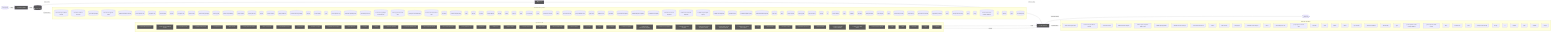
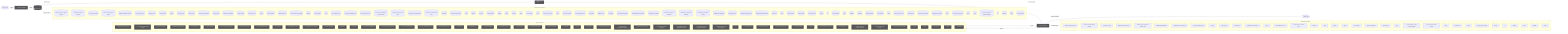
flowchart LR
  UserQ(["👤 User Query"])
  Embed["📐 Embedding Model"]
  VecDB[("📚 Vector Store")]
  Retriever["🔍 Retriever"]
  LLMNode["🧠 LLM / Generator"]
  Output(["✅ Response"])
  UserQ -->|query| Embed
  Embed -->|vector| VecDB
  VecDB -->|top-k chunks| Retriever
  Retriever -->|context + query| LLMNode
  LLMNode -->|generated answer| Output
  subgraph DetectedMemory["Detected memory stores"]
    det_detectedmemory_check_steering_feedback_contract_80134459[("check-steering-feedback-contract")]
    det_detectedmemory_normalize_workflow_contracts_8701f1c8[("normalize-workflow-contracts")]
    det_detectedmemory_sync_codex_preflight_7e7a8dc2[("sync-codex-preflight")]
    det_detectedmemory_test_harness_upgrade_matrix_84113c4e[("test-harness-upgrade-matrix")]
    det_detectedmemory_validate_workflow_contracts_33dc063c[("validate-workflow-contracts")]
    det_detectedmemory_branch_protect_core_a8feb0fd[("branch-protect-core")]
    det_detectedmemory_ci_migrate_core_7005b5af[("ci-migrate-core")]
    det_detectedmemory_context_health_80bb7da9[("context-health")]
    det_detectedmemory_context_ea7792a2[("context")]
    det_detectedmemory_docs_gate_core_eb9b6c18[("docs-gate-core")]
    det_detectedmemory_index_context_de3ed39d[("index-context")]
    det_detectedmemory_local_memory_preflight_dcc36c42[("local-memory-preflight")]
    det_detectedmemory_memory_gate_a577a506[("memory-gate")]
    det_detectedmemory_pattern_scope_siblings_43abe000[("pattern-scope-siblings")]
    det_detectedmemory_review_context_ca6cf81d[("review-context")]
    det_detectedmemory_review_gate_core_4c8001f9[("review-gate-core")]
    det_detectedmemory_search_24193290[("search")]
    det_detectedmemory_session_context_e5ec72c0[("session-context")]
    det_detectedmemory_tooling_audit_core_328d6a41[("tooling-audit-core")]
    det_detectedmemory_run_local_memory_preflight_36e92808[("run-local-memory-preflight")]
    det_detectedmemory_checker_d2d2328e[("checker")]
    det_detectedmemory_context_health_1_ceb11829[("context-health")]
    det_detectedmemory_types_1_4ecdf56e[("types")]
    det_detectedmemory_branch_protect_sync_570adb18[("branch-protect-sync")]
    det_detectedmemory_command_capability_rules_ca3f496a[("command-capability-rules")]
    det_detectedmemory_command_specs_core_1c0ffc99[("command-specs-core")]
    det_detectedmemory_local_memory_preflight_command_spec_9e23f3ce[("local-memory-preflight-command-spec")]
    det_detectedmemory_memory_gate_command_spec_dc9001a9[("memory-gate-command-spec")]
    det_detectedmemory_review_gate_command_spec_3187376a[("review-gate-command-spec")]
    det_detectedmemory_session_context_command_spec_973afbb1[("session-context-command-spec")]
    det_detectedmemory_constants_7517017f[("constants")]
    det_detectedmemory_context_compact_policy_3dcaf95d[("context-compact-policy")]
    det_detectedmemory_index_1bc04b52[("index")]
    det_detectedmemory_indexer_70fa78e5[("indexer")]
    det_detectedmemory_init_error_5c7dd49f[("init-error")]
    det_detectedmemory_lexical_fallback_723e2b3e[("lexical-fallback")]
    det_detectedmemory_ollama_76e3c7bf[("ollama")]
    det_detectedmemory_rollout_a4fa034c[("rollout")]
    det_detectedmemory_sources_878a52fc[("sources")]
    det_detectedmemory_store_824d80d7[("store")]
    det_detectedmemory_sync_contract_c79fa191[("sync-contract")]
    det_detectedmemory_types_5_f869ec4b[("types")]
    det_detectedmemory_harness_run_context_ac7c77a9[("harness-run-context")]
    det_detectedmemory_index_1_faebc14e[("index")]
    det_detectedmemory_json_schema_core_96d7e328[("json-schema-core")]
    det_detectedmemory_policy_validators_core_714a3fe7[("policy-validators-core")]
    det_detectedmemory_types_core_e405ddca[("types-core")]
    det_detectedmemory_validator_core_4358f8ba[("validator-core")]
    det_detectedmemory_init_modes_c05ceb07[("init-modes")]
    det_detectedmemory_project_brain_templates_7ef51530[("project-brain-templates")]
    det_detectedmemory_scaffold_diagram_templates_dd88e83c[("scaffold-diagram-templates")]
    det_detectedmemory_scaffold_doc_templates_f6152330[("scaffold-doc-templates")]
    det_detectedmemory_scaffold_environment_templates_c1ceba6a[("scaffold-environment-templates")]
    det_detectedmemory_scaffold_root_command_templates_404fed7f[("scaffold-root-command-templates")]
    det_detectedmemory_scaffold_script_template_registry_69312d4e[("scaffold-script-template-registry")]
    det_detectedmemory_scaffold_shell_templates_0ad0f915[("scaffold-shell-templates")]
    det_detectedmemory_scaffold_surfaces_12d6494e[("scaffold-surfaces")]
    det_detectedmemory_scaffold_template_registry_b1cce2aa[("scaffold-template-registry")]
    det_detectedmemory_scaffold_workflow_template_92310587[("scaffold-workflow-template")]
    det_detectedmemory_eval_seed_5699fd3e[("eval-seed")]
    det_detectedmemory_index_6_fc9e91e2[("index")]
    det_detectedmemory_review_context_1_e3afed15[("review-context")]
    det_detectedmemory_memory_gate_1_265164ac[("memory-gate")]
    det_detectedmemory_branch_enforcer_acb749cd[("branch-enforcer")]
    det_detectedmemory_cli_args_5_09ea29f0[("cli-args")]
    det_detectedmemory_cli_6_eac72be2[("cli")]
    det_detectedmemory_metrics_tracker_98cec29c[("metrics-tracker")]
    det_detectedmemory_types_15_86775c96[("types")]
    det_detectedmemory_validator_4_5180cf23[("validator")]
    det_detectedmemory_classifier_fe1991a9[("classifier")]
    det_detectedmemory_tooling_baseline_50ab2eeb[("tooling-baseline")]
    det_detectedmemory_claim_helpers_20dc8387[("claim-helpers")]
    det_detectedmemory_types_20_071a0112[("types")]
    det_detectedmemory_local_memory_smoke_1175abfc[("local-memory-smoke")]
    det_detectedmemory_local_memory_0db17ecc[("local-memory")]
    det_detectedmemory_performance_overload_c685bfcf[("performance-overload")]
    det_detectedmemory_suggestion_generator_0956f794[("suggestion-generator")]
    det_detectedmemory_index_8_6f0f20ec[("index")]
    det_detectedmemory_prompt_context_receipt_17b862b2[("prompt-context-receipt")]
    det_detectedmemory_types_27_4d134744[("types")]
    det_detectedmemory_policy_1_fc4198db[("policy")]
    det_detectedmemory_runtime_card_codex_runtime_validation_d8ce9934[("runtime-card-codex-runtime-validation")]
    det_detectedmemory_cli_11_338a8415[("cli")]
    det_detectedmemory_collector_0736fd5b[("collector")]
    det_detectedmemory_types_30_424b976c[("types")]
    det_detectedmemory_overload_guard_2748c559[("overload-guard")]
  end
  VecDB -. "implemented by" .-> DetectedMemory
  subgraph DetectedLLM["Detected LLM clients"]
    det_detectedllm_check_codex_agent_roles_5bb2e89b["check-codex-agent-roles"]
    det_detectedllm_check_steering_feedback_contract_80134459["check-steering-feedback-contract"]
    det_detectedllm_run_harness_evals_77704768["run-harness-evals"]
    det_detectedllm_validate_decision_request_2e5c325e["validate-decision-request"]
    det_detectedllm_validate_goal_completion_audit_receipt_100d252c["validate-goal-completion-audit-receipt"]
    det_detectedllm_validate_packaged_skill_5e32c890["validate-packaged-skill"]
    det_detectedllm_validate_reviewer_coverage_251efee3["validate-reviewer-coverage"]
    det_detectedllm_check_environment_core_2c16213f["check-environment-core"]
    det_detectedllm_context_ea7792a2["context"]
    det_detectedllm_index_context_de3ed39d["index-context"]
    det_detectedllm_prompt_gate_c5e9d207["prompt-gate"]
    det_detectedllm_remediate_runner_helpers_929fedcc["remediate-runner-helpers"]
    det_detectedllm_search_24193290["search"]
    det_detectedllm_command_specs_core_1c0ffc99["command-specs-core"]
    det_detectedllm_prompt_gate_command_spec_9a941482["prompt-gate-command-spec"]
    det_detectedllm_constants_7517017f["constants"]
    det_detectedllm_index_1bc04b52["index"]
    det_detectedllm_indexer_70fa78e5["indexer"]
    det_detectedllm_ollama_76e3c7bf["ollama"]
    det_detectedllm_sync_contract_c79fa191["sync-contract"]
    det_detectedllm_north_star_validators_cfc926ce["north-star-validators"]
    det_detectedllm_hilt_boundary_9b36fb15["hilt-boundary"]
    det_detectedllm_types_7_2f1ed65e["types"]
    det_detectedllm_goal_completion_audit_receipt_validation_9d0f4891["goal-completion-audit-receipt-validation"]
    det_detectedllm_goal_completion_audit_receipt_5e4939c3["goal-completion-audit-receipt"]
    det_detectedllm_index_2_10143590["index"]
    det_detectedllm_sensitive_text_7c11f760["sensitive-text"]
    det_detectedllm_index_8_6f0f20ec["index"]
    det_detectedllm_prompt_context_receipt_17b862b2["prompt-context-receipt"]
    det_detectedllm_cli_args_9_9c136878["cli-args"]
    det_detectedllm_cli_10_35dc8cbd["cli"]
    det_detectedllm_sections_4697ef32["sections"]
    det_detectedllm_types_23_4352ee2e["types"]
    det_detectedllm_validator_6_3688adbf["validator"]
    det_detectedllm_cli_args_10_861cdd3f["cli-args"]
  end
  LLMNode -. "implemented by" .-> DetectedLLM
  subgraph DetectedTools["Agentic tool calls"]
    det_detectedtools_check_codex_agent_roles_5bb2e89b["🔧 check-codex-agent-roles"]
    det_detectedtools_check_steering_feedback_contract_80134459["🔧 check-steering-feedback-contract"]
    det_detectedtools_run_harness_evals_77704768["🔧 run-harness-evals"]
    det_detectedtools_validate_packaged_skill_5e32c890["🔧 validate-packaged-skill"]
    det_detectedtools_ci_migrate_core_7005b5af["🔧 ci-migrate-core"]
    det_detectedtools_doctor_checks_5a2eb2b9["🔧 doctor-checks"]
    det_detectedtools_doctor_github_tool_checks_a53b0382["🔧 doctor-github-tool-checks"]
    det_detectedtools_doctor_tool_checks_4acac51a["🔧 doctor-tool-checks"]
    det_detectedtools_next_blocked_decisions_4140ad2b["🔧 next-blocked-decisions"]
    det_detectedtools_policy_gate_213f7313["🔧 policy-gate"]
    det_detectedtools_remediate_cli_output_cc165396["🔧 remediate-cli-output"]
    det_detectedtools_remediate_runner_helpers_929fedcc["🔧 remediate-runner-helpers"]
    det_detectedtools_review_gate_core_4c8001f9["🔧 review-gate-core"]
    det_detectedtools_checker_d2d2328e["🔧 checker"]
    det_detectedtools_cli_args_1_6144b055["🔧 cli-args"]
    det_detectedtools_command_capabilities_a4d5c71e["🔧 command-capabilities"]
    det_detectedtools_command_capability_rules_ca3f496a["🔧 command-capability-rules"]
    det_detectedtools_linear_command_actions_e430f4f4["🔧 linear-command-actions"]
    det_detectedtools_linear_command_runner_4a740dfc["🔧 linear-command-runner"]
    det_detectedtools_policy_validators_core_714a3fe7["🔧 policy-validators-core"]
    det_detectedtools_types_core_e405ddca["🔧 types-core"]
    det_detectedtools_validator_core_4358f8ba["🔧 validator-core"]
    det_detectedtools_validator_helpers_7b927667["🔧 validator-helpers"]
    det_detectedtools_he_phase_exit_core_1148895b["🔧 he-phase-exit-core"]
    det_detectedtools_ralph_runtime_73d63c0e["🔧 ralph-runtime"]
    det_detectedtools_observed_skill_usage_ed7d5930["🔧 observed-skill-usage"]
    det_detectedtools_closure_evidence_aaa31467["🔧 closure-evidence"]
    det_detectedtools_pr_creator_dc6b1ea4["🔧 pr-creator"]
    det_detectedtools_client_948fe603["🔧 client"]
    det_detectedtools_init_output_360dce91["🔧 init-output"]
    det_detectedtools_scaffold_ci_templates_2afd6392["🔧 scaffold-ci-templates"]
    det_detectedtools_scaffold_codex_environment_templates_334fbbed["🔧 scaffold-codex-environment-templates"]
    det_detectedtools_scaffold_config_templates_4b80ce53["🔧 scaffold-config-templates"]
    det_detectedtools_scaffold_environment_templates_c1ceba6a["🔧 scaffold-environment-templates"]
    det_detectedtools_scaffold_github_actions_pr_pipeline_renderer_1ee18de5["🔧 scaffold-github-actions-pr-pipeline-renderer"]
    det_detectedtools_scaffold_github_actions_pr_pipeline_template_e2b85f62["🔧 scaffold-github-actions-pr-pipeline-template"]
    det_detectedtools_scaffold_release_private_npm_template_075499f8["🔧 scaffold-release-private-npm-template"]
    det_detectedtools_cli_6_eac72be2["🔧 cli"]
    det_detectedtools_metrics_tracker_98cec29c["🔧 metrics-tracker"]
    det_detectedtools_normalise_renderer_85f2e563["🔧 normalise-renderer"]
    det_detectedtools_evaluation_engine_core_e054fe49["🔧 evaluation-engine-core"]
    det_detectedtools_tooling_baseline_50ab2eeb["🔧 tooling-baseline"]
+     det_detectedtools_index_9_32dd4d91["🔧 index"]
+     det_detectedtools_review_lifecycle_contract_e5447221["🔧 review-lifecycle-contract"]
+     det_detectedtools_review_lifecycle_89afa64c["🔧 review-lifecycle"]
    det_detectedtools_runtime_card_codex_runtime_validation_d8ce9934["🔧 runtime-card-codex-runtime-validation"]
    det_detectedtools_runtime_card_codex_runtime_0655e230["🔧 runtime-card-codex-runtime"]
    det_detectedtools_runtime_evidence_bundle_d471a232["🔧 runtime-evidence-bundle"]
    det_detectedtools_types_32_bfe791ff["🔧 types"]
    det_detectedtools_index_12_762ec91b["🔧 index"]
    det_detectedtools_projection_1b250ea1["🔧 projection"]
    det_detectedtools_types_34_85e6a0bb["🔧 types"]
    det_detectedtools_validation_4_62980ebd["🔧 validation"]
  end
  LLMNode -->|tool use| DetectedTools
  DetectedTools -->|result| LLMNode
  classDef memNode fill:#555,color:#fff
  class VecDB,Retriever memNode
  classDef llmNode fill:#555,color:#fff
  class LLMNode,Embed llmNode
  classDef toolNode fill:#555,color:#fff
-   class det_detectedtools_check_codex_agent_roles_5bb2e89b,det_detectedtools_check_steering_feedback_contract_80134459,det_detectedtools_run_harness_evals_77704768,det_detectedtools_validate_packaged_skill_5e32c890,det_detectedtools_ci_migrate_core_7005b5af,det_detectedtools_doctor_checks_5a2eb2b9,det_detectedtools_doctor_github_tool_checks_a53b0382,det_detectedtools_doctor_tool_checks_4acac51a,det_detectedtools_next_blocked_decisions_4140ad2b,det_detectedtools_policy_gate_213f7313,det_detectedtools_remediate_cli_output_cc165396,det_detectedtools_remediate_runner_helpers_929fedcc,det_detectedtools_review_gate_core_4c8001f9,det_detectedtools_checker_d2d2328e,det_detectedtools_cli_args_1_6144b055,det_detectedtools_command_capabilities_a4d5c71e,det_detectedtools_command_capability_rules_ca3f496a,det_detectedtools_linear_command_actions_e430f4f4,det_detectedtools_linear_command_runner_4a740dfc,det_detectedtools_policy_validators_core_714a3fe7,det_detectedtools_types_core_e405ddca,det_detectedtools_validator_core_4358f8ba,det_detectedtools_validator_helpers_7b927667,det_detectedtools_he_phase_exit_core_1148895b,det_detectedtools_ralph_runtime_73d63c0e,det_detectedtools_observed_skill_usage_ed7d5930,det_detectedtools_closure_evidence_aaa31467,det_detectedtools_pr_creator_dc6b1ea4,det_detectedtools_client_948fe603,det_detectedtools_init_output_360dce91,det_detectedtools_scaffold_ci_templates_2afd6392,det_detectedtools_scaffold_codex_environment_templates_334fbbed,det_detectedtools_scaffold_config_templates_4b80ce53,det_detectedtools_scaffold_environment_templates_c1ceba6a,det_detectedtools_scaffold_github_actions_pr_pipeline_renderer_1ee18de5,det_detectedtools_scaffold_github_actions_pr_pipeline_template_e2b85f62,det_detectedtools_scaffold_release_private_npm_template_075499f8,det_detectedtools_cli_6_eac72be2,det_detectedtools_metrics_tracker_98cec29c,det_detectedtools_normalise_renderer_85f2e563,det_detectedtools_evaluation_engine_core_e054fe49,det_detectedtools_tooling_baseline_50ab2eeb,det_detectedtools_runtime_card_codex_runtime_validation_d8ce9934,det_detectedtools_runtime_card_codex_runtime_0655e230,det_detectedtools_runtime_evidence_bundle_d471a232,det_detectedtools_types_32_bfe791ff,det_detectedtools_index_12_762ec91b,det_detectedtools_projection_1b250ea1,det_detectedtools_types_34_85e6a0bb,det_detectedtools_validation_4_62980ebd toolNode
+   class det_detectedtools_check_codex_agent_roles_5bb2e89b,det_detectedtools_check_steering_feedback_contract_80134459,det_detectedtools_run_harness_evals_77704768,det_detectedtools_validate_packaged_skill_5e32c890,det_detectedtools_ci_migrate_core_7005b5af,det_detectedtools_doctor_checks_5a2eb2b9,det_detectedtools_doctor_github_tool_checks_a53b0382,det_detectedtools_doctor_tool_checks_4acac51a,det_detectedtools_next_blocked_decisions_4140ad2b,det_detectedtools_policy_gate_213f7313,det_detectedtools_remediate_cli_output_cc165396,det_detectedtools_remediate_runner_helpers_929fedcc,det_detectedtools_review_gate_core_4c8001f9,det_detectedtools_checker_d2d2328e,det_detectedtools_cli_args_1_6144b055,det_detectedtools_command_capabilities_a4d5c71e,det_detectedtools_command_capability_rules_ca3f496a,det_detectedtools_linear_command_actions_e430f4f4,det_detectedtools_linear_command_runner_4a740dfc,det_detectedtools_policy_validators_core_714a3fe7,det_detectedtools_types_core_e405ddca,det_detectedtools_validator_core_4358f8ba,det_detectedtools_validator_helpers_7b927667,det_detectedtools_he_phase_exit_core_1148895b,det_detectedtools_ralph_runtime_73d63c0e,det_detectedtools_observed_skill_usage_ed7d5930,det_detectedtools_closure_evidence_aaa31467,det_detectedtools_pr_creator_dc6b1ea4,det_detectedtools_client_948fe603,det_detectedtools_init_output_360dce91,det_detectedtools_scaffold_ci_templates_2afd6392,det_detectedtools_scaffold_codex_environment_templates_334fbbed,det_detectedtools_scaffold_config_templates_4b80ce53,det_detectedtools_scaffold_environment_templates_c1ceba6a,det_detectedtools_scaffold_github_actions_pr_pipeline_renderer_1ee18de5,det_detectedtools_scaffold_github_actions_pr_pipeline_template_e2b85f62,det_detectedtools_scaffold_release_private_npm_template_075499f8,det_detectedtools_cli_6_eac72be2,det_detectedtools_metrics_tracker_98cec29c,det_detectedtools_normalise_renderer_85f2e563,det_detectedtools_evaluation_engine_core_e054fe49,det_detectedtools_tooling_baseline_50ab2eeb,det_detectedtools_index_9_32dd4d91,det_detectedtools_review_lifecycle_contract_e5447221,det_detectedtools_review_lifecycle_89afa64c,det_detectedtools_runtime_card_codex_runtime_validation_d8ce9934,det_detectedtools_runtime_card_codex_runtime_0655e230,det_detectedtools_runtime_evidence_bundle_d471a232,det_detectedtools_types_32_bfe791ff,det_detectedtools_index_12_762ec91b,det_detectedtools_projection_1b250ea1,det_detectedtools_types_34_85e6a0bb,det_detectedtools_validation_4_62980ebd toolNode
